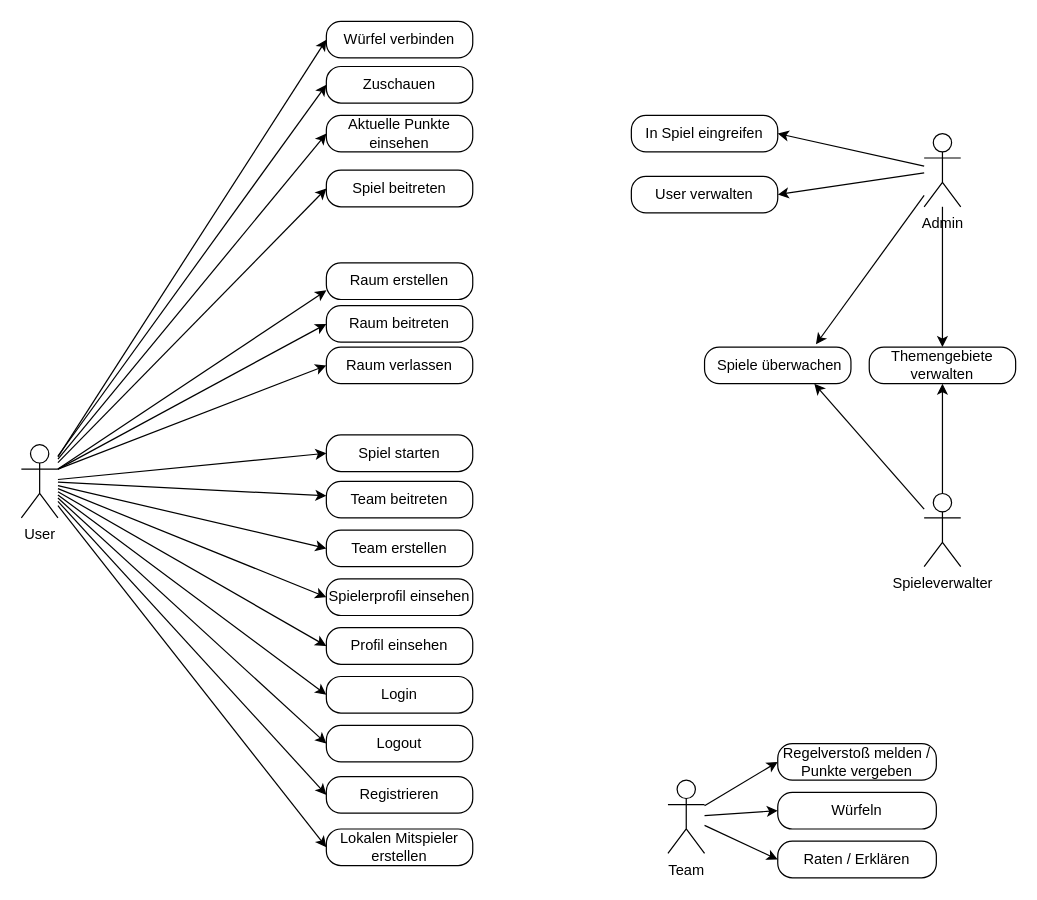
Before: documentation/diagrams/use_case_diagram.drawio in BeyerMart/softwareEngineeringClass-timeGuessGame, a draw.io diagram. Source tidied: cells renumbered, new cells numbered last; positions are measured from the earlier drawing's top-left corner, leaving out a move shared by most shapes. Both pictures are drawn from the tidied source at 122%, with x=0, y=0 at pixel (21, 21).
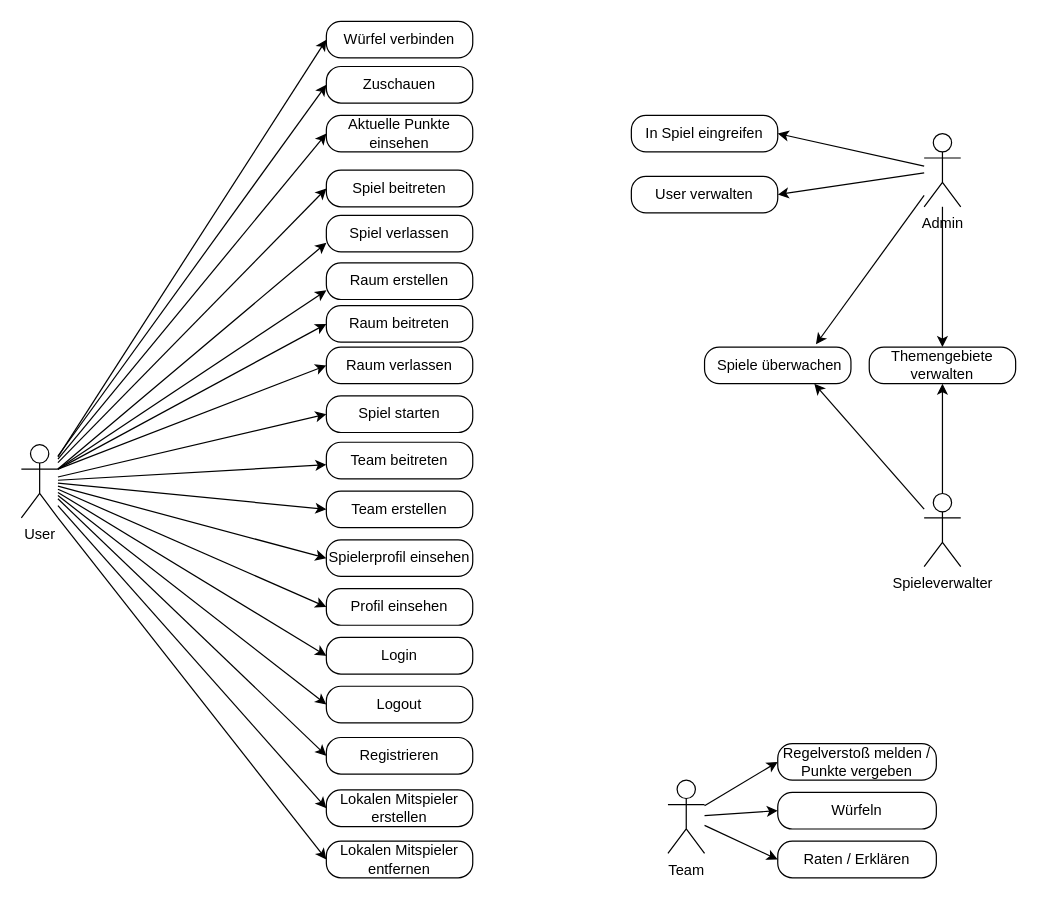
The same page after the edit.

Commit message (it also covers changes not shown here):
Update use case diagram

Unchanged cells that the change refers to:
```xml
<mxCell id="10" value="User" style="shape=umlActor;verticalLabelPosition=bottom;verticalAlign=top;html=1;outlineConnect=0;" parent="1" vertex="1">
  <mxGeometry y="347" width="30" height="60" as="geometry" />
</mxCell>
```

The edit, as a diff of the source:
```diff
@@
     <mxCell id="15" value="Login" style="rounded=1;whiteSpace=wrap;html=1;arcSize=40;" parent="1" vertex="1">
-      <mxGeometry x="250" y="537" width="120" height="30" as="geometry" />
+      <mxGeometry x="250" y="505" width="120" height="30" as="geometry" />
     </mxCell>
     <mxCell id="16" value="Logout" style="rounded=1;whiteSpace=wrap;html=1;arcSize=40;" parent="1" vertex="1">
-      <mxGeometry x="250" y="577" width="120" height="30" as="geometry" />
+      <mxGeometry x="250" y="545" width="120" height="30" as="geometry" />
     </mxCell>
@@
     <mxCell id="25" value="Spiel starten" style="rounded=1;whiteSpace=wrap;html=1;arcSize=40;" parent="1" vertex="1">
-      <mxGeometry x="250" y="339" width="120" height="30" as="geometry" />
+      <mxGeometry x="250" y="307" width="120" height="30" as="geometry" />
     </mxCell>
@@
     <mxCell id="28" value="Spielerprofil einsehen" style="rounded=1;whiteSpace=wrap;html=1;arcSize=40;" parent="1" vertex="1">
-      <mxGeometry x="250" y="457" width="120" height="30" as="geometry" />
+      <mxGeometry x="250" y="425" width="120" height="30" as="geometry" />
     </mxCell>
@@
     <mxCell id="34" value="Team erstellen" style="rounded=1;whiteSpace=wrap;html=1;arcSize=40;" parent="1" vertex="1">
-      <mxGeometry x="250" y="417" width="120" height="30" as="geometry" />
+      <mxGeometry x="250" y="385" width="120" height="30" as="geometry" />
     </mxCell>
@@
     <mxCell id="42" value="Lokalen Mitspieler erstellen" style="rounded=1;whiteSpace=wrap;html=1;arcSize=40;" parent="1" vertex="1">
-      <mxGeometry x="250" y="662" width="120" height="30" as="geometry" />
+      <mxGeometry x="250" y="630" width="120" height="30" as="geometry" />
     </mxCell>
@@
     <mxCell id="44" value="Profil einsehen" style="rounded=1;whiteSpace=wrap;html=1;arcSize=40;" parent="1" vertex="1">
-      <mxGeometry x="250" y="497" width="120" height="30" as="geometry" />
+      <mxGeometry x="250" y="465" width="120" height="30" as="geometry" />
     </mxCell>
@@
     <mxCell id="46" value="Registrieren" style="rounded=1;whiteSpace=wrap;html=1;arcSize=40;" parent="1" vertex="1">
-      <mxGeometry x="250" y="619" width="120" height="30" as="geometry" />
+      <mxGeometry x="250" y="587" width="120" height="30" as="geometry" />
     </mxCell>
@@
     <mxCell id="52" value="Team beitreten" style="rounded=1;whiteSpace=wrap;html=1;arcSize=40;" parent="1" vertex="1">
-      <mxGeometry x="250" y="377" width="120" height="30" as="geometry" />
+      <mxGeometry x="250" y="345" width="120" height="30" as="geometry" />
     </mxCell>
@@
+    <mxCell id="54" value="Spiel verlassen" style="rounded=1;whiteSpace=wrap;html=1;arcSize=40;" parent="1" vertex="1">
+      <mxGeometry x="250" y="159" width="120" height="30" as="geometry" />
+    </mxCell>
+    <mxCell id="55" style="edgeStyle=none;rounded=0;jettySize=auto;html=1;entryX=0;entryY=0.75;entryDx=0;entryDy=0;" parent="1" edge="1" target="54">
+      <mxGeometry relative="1" as="geometry">
+        <mxPoint x="30" y="367" as="sourcePoint" />
+      </mxGeometry>
+    </mxCell>
+    <mxCell id="56" value="Lokalen Mitspieler entfernen" style="rounded=1;whiteSpace=wrap;html=1;arcSize=40;" parent="1" vertex="1">
+      <mxGeometry x="250" y="672" width="120" height="30" as="geometry" />
+    </mxCell>
+    <mxCell id="57" style="edgeStyle=none;rounded=0;jettySize=auto;html=1;entryX=0;entryY=0.5;entryDx=0;entryDy=0;exitX=1;exitY=1;exitDx=0;exitDy=0;exitPerimeter=0;" parent="1" edge="1" source="10" target="56">
+      <mxGeometry relative="1" as="geometry" />
+    </mxCell>
```
